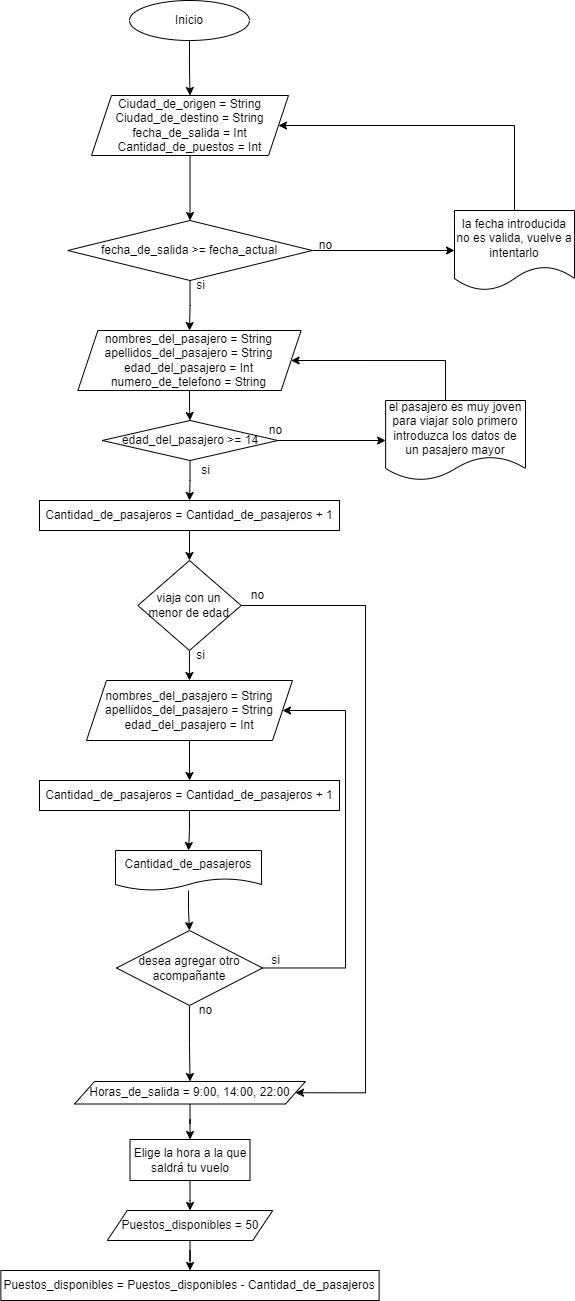
Before: Venta de tiquetes.png, a diagram exported from draw.io (dasamepu/Flujo-de-funciones-para-encapsular-algoritmos). Source tidied: cells renumbered, new cells last; positions are measured from the earlier drawing's top-left corner, leaving out a move shared by most shapes.
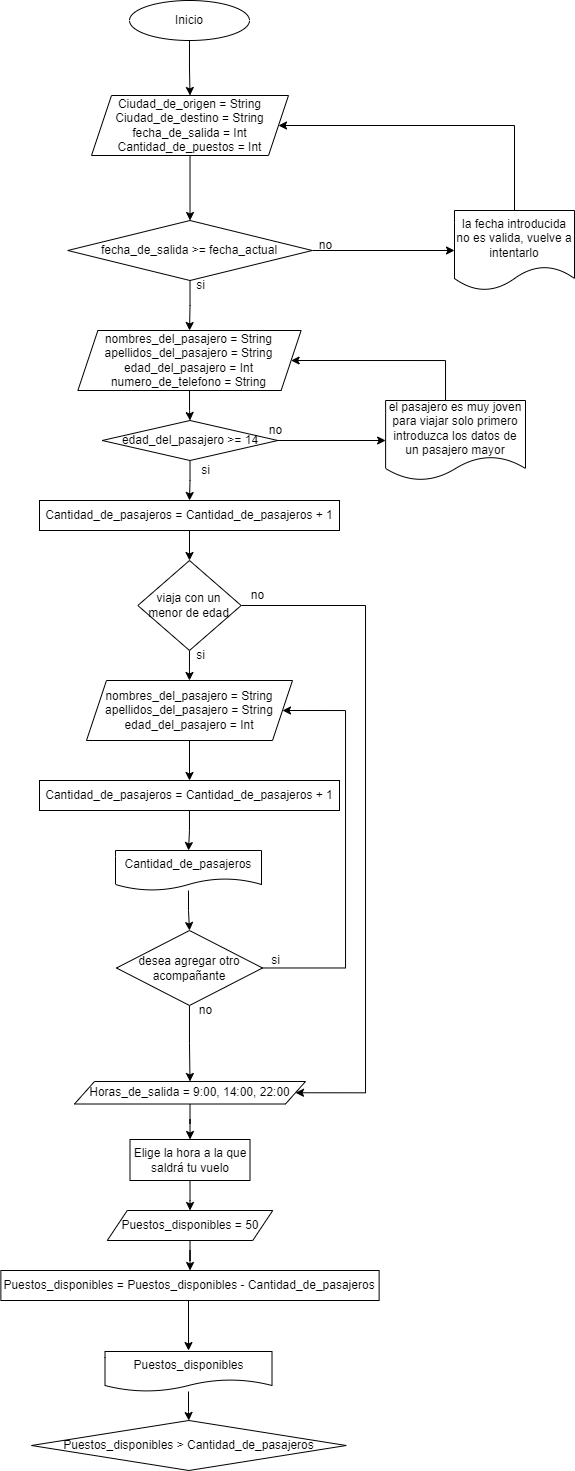
After the change.

Diff of the diagram source:
```diff
@@ -152,8 +152,27 @@
     <mxCell id="45" value="Puestos_disponibles = 50" style="shape=parallelogram;perimeter=parallelogramPerimeter;whiteSpace=wrap;html=1;fixedSize=1;" parent="1" vertex="1">
       <mxGeometry x="106.8" y="1210" width="165.5" height="30" as="geometry" />
     </mxCell>
+    <mxCell id="47" style="edgeStyle=orthogonalEdgeStyle;rounded=0;jettySize=auto;html=1;entryX=0.5;entryY=0;entryDx=0;entryDy=0;" parent="1" edge="1" target="49">
+      <mxGeometry relative="1" as="geometry">
+        <mxPoint x="189.5" y="1300" as="sourcePoint" />
+        <Array as="points">
+          <mxPoint x="188" y="1300" />
+          <mxPoint x="188" y="1350" />
+          <mxPoint x="189" y="1350" />
+        </Array>
+      </mxGeometry>
+    </mxCell>
     <mxCell id="46" value="Puestos_disponibles = Puestos_disponibles - Cantidad_de_pasajeros" style="whiteSpace=wrap;html=1;" parent="1" vertex="1">
       <mxGeometry x="0.4" y="1270" width="378.2" height="30" as="geometry" />
     </mxCell>
+    <mxCell id="48" style="edgeStyle=orthogonalEdgeStyle;rounded=0;jettySize=auto;html=1;" parent="1" edge="1" source="49" target="50">
+      <mxGeometry relative="1" as="geometry" />
+    </mxCell>
+    <mxCell id="49" value="Puestos_disponibles" style="shape=document;whiteSpace=wrap;html=1;boundedLbl=1;" parent="1" vertex="1">
+      <mxGeometry x="104.5" y="1351" width="167" height="40" as="geometry" />
+    </mxCell>
+    <mxCell id="50" value="Puestos_disponibles &amp;gt; Cantidad_de_pasajeros" style="rhombus;whiteSpace=wrap;html=1;" parent="1" vertex="1">
+      <mxGeometry x="31" y="1420" width="314.7" height="50" as="geometry" />
+    </mxCell>
   </root>
 </mxGraphModel>
```
